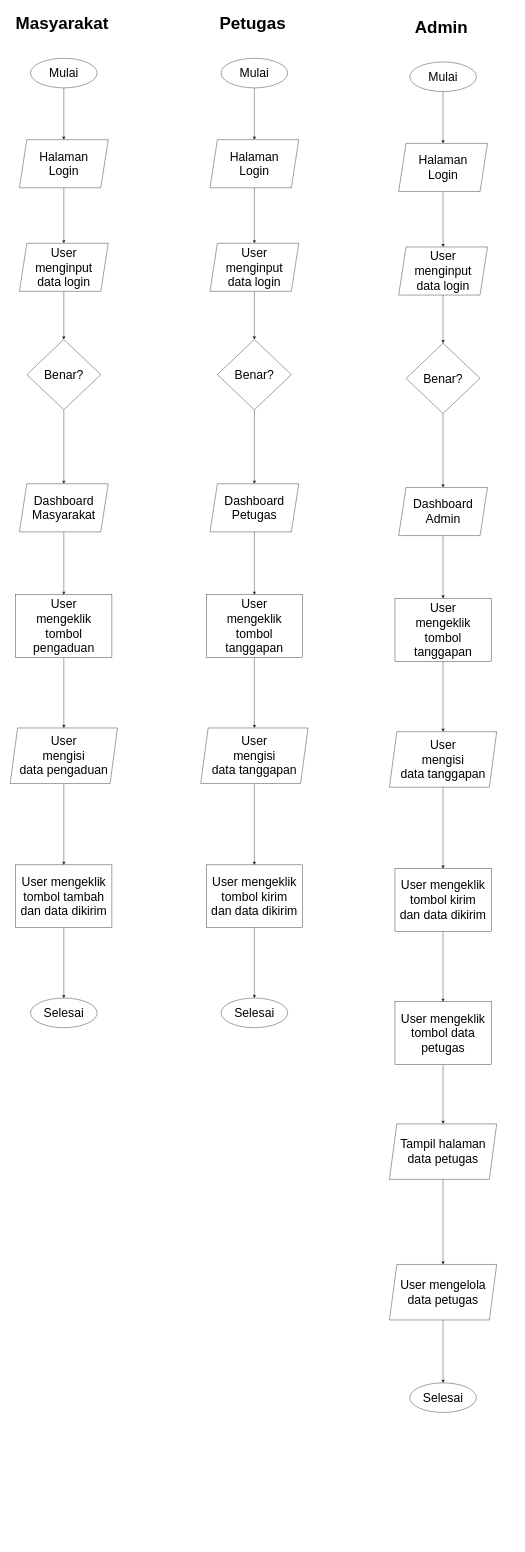
Above: page "FLOWCHART" (2 of 2) of additionals/erd-flowchart-pengaduan-masyarakat.drawio in 2Kikyy/RizkyPengaduanMasyarakat (draw.io), before the change. Source tidied: cells renumbered, new cells numbered last; positions are measured from the earlier drawing's top-left corner, leaving out a move shared by most shapes. Both pictures are drawn from the tidied source at 37%, with x=0, y=0 at pixel (6, 6).
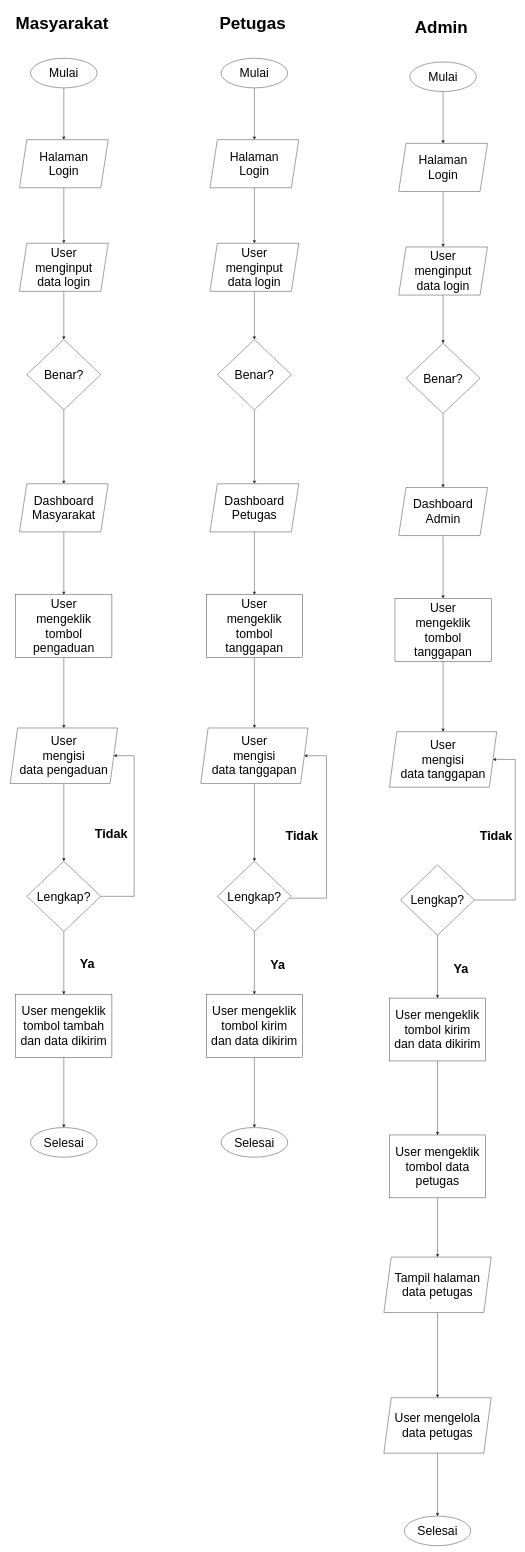
Above is the later version.

The change refers to these unchanged cells:
```xml
<mxCell id="13" value="User&lt;br&gt;mengisi&lt;br&gt;data pengaduan" style="shape=parallelogram;perimeter=parallelogramPerimeter;whiteSpace=wrap;html=1;fixedSize=1;fontSize=33;" parent="1" vertex="1">
  <mxGeometry x="10" y="1950" width="290" height="150" as="geometry" />
</mxCell>
<mxCell id="31" value="User&lt;br&gt;mengisi&lt;br&gt;data tanggapan" style="shape=parallelogram;perimeter=parallelogramPerimeter;whiteSpace=wrap;html=1;fixedSize=1;fontSize=33;" parent="1" vertex="1">
  <mxGeometry x="525" y="1950" width="290" height="150" as="geometry" />
</mxCell>
<mxCell id="49" value="User&lt;br&gt;mengisi&lt;br&gt;data tanggapan" style="shape=parallelogram;perimeter=parallelogramPerimeter;whiteSpace=wrap;html=1;fixedSize=1;fontSize=33;" parent="1" vertex="1">
  <mxGeometry x="1035" y="1960" width="290" height="150" as="geometry" />
</mxCell>
```

Diff of the diagram source:
```diff
@@
-    <mxCell id="12" style="edgeStyle=orthogonalEdgeStyle;rounded=0;jettySize=auto;html=1;entryX=0.5;entryY=0;entryDx=0;entryDy=0;fontSize=33;" parent="1" edge="1" source="13" target="17">
-      <mxGeometry relative="1" as="geometry" />
-    </mxCell>
+    <mxCell id="62" style="edgeStyle=orthogonalEdgeStyle;rounded=0;jettySize=auto;html=1;entryX=0.5;entryY=0;entryDx=0;entryDy=0;" parent="1" edge="1" source="13" target="66">
+      <mxGeometry relative="1" as="geometry" />
+    </mxCell>
@@
     <mxCell id="17" value="User mengeklik&lt;br&gt;tombol tambah&lt;br&gt;dan data dikirim" style="rounded=0;whiteSpace=wrap;html=1;fontSize=33;" parent="1" vertex="1">
-      <mxGeometry x="25" y="2320" width="260" height="170" as="geometry" />
+      <mxGeometry x="25" y="2670" width="260" height="170" as="geometry" />
     </mxCell>
     <mxCell id="18" value="Selesai" style="ellipse;whiteSpace=wrap;html=1;fontSize=33;" parent="1" vertex="1">
-      <mxGeometry x="65" y="2680" width="180" height="80" as="geometry" />
+      <mxGeometry x="65" y="3030" width="180" height="80" as="geometry" />
     </mxCell>
@@
-    <mxCell id="30" style="edgeStyle=orthogonalEdgeStyle;rounded=0;jettySize=auto;html=1;entryX=0.5;entryY=0;entryDx=0;entryDy=0;fontSize=33;" parent="1" edge="1" source="31" target="35">
-      <mxGeometry relative="1" as="geometry" />
-    </mxCell>
+    <mxCell id="63" style="edgeStyle=orthogonalEdgeStyle;rounded=0;jettySize=auto;html=1;entryX=0.5;entryY=0;entryDx=0;entryDy=0;" parent="1" edge="1" source="31" target="69">
+      <mxGeometry relative="1" as="geometry" />
+    </mxCell>
@@
     <mxCell id="35" value="User mengeklik&lt;br&gt;tombol kirim&lt;br&gt;dan data dikirim" style="rounded=0;whiteSpace=wrap;html=1;fontSize=33;" parent="1" vertex="1">
-      <mxGeometry x="540" y="2320" width="260" height="170" as="geometry" />
+      <mxGeometry x="540" y="2670" width="260" height="170" as="geometry" />
     </mxCell>
     <mxCell id="36" value="Selesai" style="ellipse;whiteSpace=wrap;html=1;fontSize=33;" parent="1" vertex="1">
-      <mxGeometry x="580" y="2680" width="180" height="80" as="geometry" />
+      <mxGeometry x="580" y="3030" width="180" height="80" as="geometry" />
     </mxCell>
@@
-    <mxCell id="48" style="edgeStyle=orthogonalEdgeStyle;rounded=0;jettySize=auto;html=1;entryX=0.5;entryY=0;entryDx=0;entryDy=0;fontSize=33;" parent="1" edge="1" source="49" target="53">
-      <mxGeometry relative="1" as="geometry" />
-    </mxCell>
@@
-    <mxCell id="52" style="edgeStyle=orthogonalEdgeStyle;rounded=0;jettySize=auto;html=1;entryX=0.5;entryY=0;entryDx=0;entryDy=0;fontSize=33;" parent="1" edge="1" source="53">
-      <mxGeometry relative="1" as="geometry">
-        <mxPoint x="1180" y="2690" as="targetPoint" />
-      </mxGeometry>
-    </mxCell>
-    <mxCell id="53" value="User mengeklik&lt;br&gt;tombol kirim&lt;br&gt;dan data dikirim" style="rounded=0;whiteSpace=wrap;html=1;fontSize=33;" parent="1" vertex="1">
-      <mxGeometry x="1050" y="2330" width="260" height="170" as="geometry" />
-    </mxCell>
@@
     <mxCell id="56" value="User mengeklik&lt;br&gt;tombol data&lt;br&gt;petugas" style="rounded=0;whiteSpace=wrap;html=1;fontSize=33;" parent="1" vertex="1">
-      <mxGeometry x="1050" y="2690" width="260" height="170" as="geometry" />
+      <mxGeometry x="1035" y="3050" width="260" height="170" as="geometry" />
     </mxCell>
@@
     <mxCell id="58" value="Tampil halaman&lt;br&gt;data petugas" style="shape=parallelogram;perimeter=parallelogramPerimeter;whiteSpace=wrap;html=1;fixedSize=1;fontSize=33;" parent="1" vertex="1">
-      <mxGeometry x="1035" y="3020" width="290" height="150" as="geometry" />
+      <mxGeometry x="1020" y="3380" width="290" height="150" as="geometry" />
     </mxCell>
@@
     <mxCell id="60" value="User mengelola&lt;br&gt;data petugas" style="shape=parallelogram;perimeter=parallelogramPerimeter;whiteSpace=wrap;html=1;fixedSize=1;fontSize=33;" parent="1" vertex="1">
-      <mxGeometry x="1035" y="3400" width="290" height="150" as="geometry" />
+      <mxGeometry x="1020" y="3760" width="290" height="150" as="geometry" />
     </mxCell>
     <mxCell id="61" value="Selesai" style="ellipse;whiteSpace=wrap;html=1;fontSize=33;" parent="1" vertex="1">
-      <mxGeometry x="1090" y="3720" width="180" height="80" as="geometry" />
+      <mxGeometry x="1075" y="4080" width="180" height="80" as="geometry" />
     </mxCell>
+    <mxCell id="64" style="edgeStyle=orthogonalEdgeStyle;rounded=0;jettySize=auto;html=1;entryX=0.5;entryY=0;entryDx=0;entryDy=0;" parent="1" edge="1" source="66" target="17">
+      <mxGeometry relative="1" as="geometry" />
+    </mxCell>
+    <mxCell id="65" style="edgeStyle=orthogonalEdgeStyle;rounded=0;jettySize=auto;html=1;exitX=1;exitY=0.5;exitDx=0;exitDy=0;entryX=1;entryY=0.5;entryDx=0;entryDy=0;" parent="1" edge="1" source="66" target="13">
+      <mxGeometry relative="1" as="geometry">
+        <Array as="points">
+          <mxPoint x="345" y="2405" />
+          <mxPoint x="345" y="2025" />
+        </Array>
+      </mxGeometry>
+    </mxCell>
+    <mxCell id="66" value="Lengkap?" style="rhombus;whiteSpace=wrap;html=1;fontSize=33;" parent="1" vertex="1">
+      <mxGeometry x="55" y="2310" width="200" height="190" as="geometry" />
+    </mxCell>
+    <mxCell id="67" style="edgeStyle=orthogonalEdgeStyle;rounded=0;jettySize=auto;html=1;entryX=0.5;entryY=0;entryDx=0;entryDy=0;" parent="1" edge="1" source="69" target="35">
+      <mxGeometry relative="1" as="geometry" />
+    </mxCell>
+    <mxCell id="68" style="edgeStyle=orthogonalEdgeStyle;rounded=0;jettySize=auto;html=1;entryX=1;entryY=0.5;entryDx=0;entryDy=0;" parent="1" edge="1" source="69" target="31">
+      <mxGeometry relative="1" as="geometry">
+        <Array as="points">
+          <mxPoint x="865" y="2410" />
+          <mxPoint x="865" y="2025" />
+        </Array>
+      </mxGeometry>
+    </mxCell>
+    <mxCell id="69" value="Lengkap?" style="rhombus;whiteSpace=wrap;html=1;fontSize=33;" parent="1" vertex="1">
+      <mxGeometry x="570" y="2310" width="200" height="190" as="geometry" />
+    </mxCell>
+    <mxCell id="70" value="Tidak" style="text;strokeColor=none;fillColor=none;html=1;fontSize=34;fontStyle=1;verticalAlign=middle;align=center;" parent="1" vertex="1">
+      <mxGeometry x="225" y="2190" width="115" height="92" as="geometry" />
+    </mxCell>
+    <mxCell id="71" value="Ya" style="text;strokeColor=none;fillColor=none;html=1;fontSize=34;fontStyle=1;verticalAlign=middle;align=center;" parent="1" vertex="1">
+      <mxGeometry x="160" y="2540" width="115" height="92" as="geometry" />
+    </mxCell>
+    <mxCell id="72" value="Tidak" style="text;strokeColor=none;fillColor=none;html=1;fontSize=34;fontStyle=1;verticalAlign=middle;align=center;" parent="1" vertex="1">
+      <mxGeometry x="740" y="2194" width="115" height="92" as="geometry" />
+    </mxCell>
+    <mxCell id="73" value="Ya" style="text;strokeColor=none;fillColor=none;html=1;fontSize=34;fontStyle=1;verticalAlign=middle;align=center;" parent="1" vertex="1">
+      <mxGeometry x="675" y="2544" width="115" height="92" as="geometry" />
+    </mxCell>
+    <mxCell id="74" style="edgeStyle=orthogonalEdgeStyle;rounded=0;jettySize=auto;html=1;entryX=0.5;entryY=0;entryDx=0;entryDy=0;" parent="1" edge="1" source="53" target="56">
+      <mxGeometry relative="1" as="geometry" />
+    </mxCell>
+    <mxCell id="53" value="User mengeklik&lt;br&gt;tombol kirim&lt;br&gt;dan data dikirim" style="rounded=0;whiteSpace=wrap;html=1;fontSize=33;" parent="1" vertex="1">
+      <mxGeometry x="1035" y="2680" width="260" height="170" as="geometry" />
+    </mxCell>
+    <mxCell id="75" style="edgeStyle=orthogonalEdgeStyle;rounded=0;jettySize=auto;html=1;entryX=0.5;entryY=0;entryDx=0;entryDy=0;" parent="1" edge="1" source="77" target="53">
+      <mxGeometry relative="1" as="geometry" />
+    </mxCell>
+    <mxCell id="76" style="edgeStyle=orthogonalEdgeStyle;rounded=0;jettySize=auto;html=1;entryX=1;entryY=0.5;entryDx=0;entryDy=0;" parent="1" edge="1" source="77" target="49">
+      <mxGeometry relative="1" as="geometry">
+        <Array as="points">
+          <mxPoint x="1375" y="2415" />
+          <mxPoint x="1375" y="2035" />
+        </Array>
+      </mxGeometry>
+    </mxCell>
+    <mxCell id="77" value="Lengkap?" style="rhombus;whiteSpace=wrap;html=1;fontSize=33;" parent="1" vertex="1">
+      <mxGeometry x="1065" y="2320" width="200" height="190" as="geometry" />
+    </mxCell>
+    <mxCell id="78" value="Tidak" style="text;strokeColor=none;fillColor=none;html=1;fontSize=34;fontStyle=1;verticalAlign=middle;align=center;" parent="1" vertex="1">
+      <mxGeometry x="1265" y="2194" width="115" height="92" as="geometry" />
+    </mxCell>
+    <mxCell id="79" value="Ya" style="text;strokeColor=none;fillColor=none;html=1;fontSize=34;fontStyle=1;verticalAlign=middle;align=center;" parent="1" vertex="1">
+      <mxGeometry x="1170" y="2554" width="115" height="92" as="geometry" />
+    </mxCell>
```
